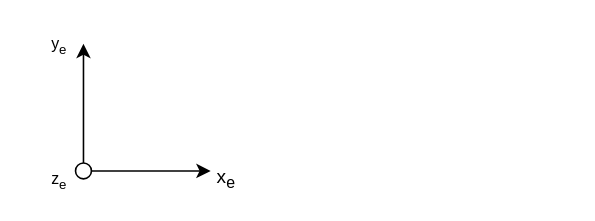
The draw.io diagram coord.drawio in RoboDD/my-flow-chart, before the edit. Source tidied: cells renumbered, new cells numbered last; positions are measured from the earlier drawing's top-left corner, leaving out a move shared by most shapes. Both pictures are drawn from the tidied source at 159%, with x=0, y=0 at pixel (27, 27).
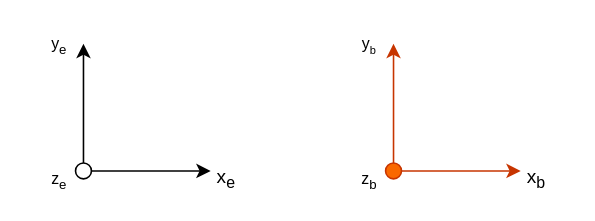
After the change.

The edit, as a diff of the source:
```diff
@@
 <mxGraphModel>
   <root>
     <mxCell id="0" />
     <mxCell id="1" parent="0" />
     <mxCell id="2" style="endArrow=classic;html=1;" parent="1" edge="1">
       <mxGeometry relative="1" as="geometry">
         <mxPoint x="35" y="90" as="sourcePoint" />
         <mxPoint x="35" y="10" as="targetPoint" />
       </mxGeometry>
     </mxCell>
     <mxCell id="3" style="endArrow=classic;html=1;" parent="1" edge="1">
       <mxGeometry relative="1" as="geometry">
         <mxPoint x="35" y="90" as="sourcePoint" />
         <mxPoint x="115" y="90" as="targetPoint" />
       </mxGeometry>
     </mxCell>
     <mxCell id="4" style="ellipse;fillColor=#ffffff;strokeColor=#000000;" parent="1" vertex="1">
       <mxGeometry x="30" y="85" width="10" height="10" as="geometry" />
     </mxCell>
     <mxCell id="5" value="x&lt;sub&gt;e&lt;/sub&gt;" style="text;html=1;strokeColor=none;fillColor=none;align=center;verticalAlign=middle;whiteSpace=wrap;rounded=0;" parent="1" vertex="1">
       <mxGeometry x="105" y="85" width="40" height="20" as="geometry" />
     </mxCell>
     <mxCell id="6" value="&lt;span style=&quot;font-size: 10px&quot;&gt;y&lt;sub&gt;e&lt;/sub&gt;&lt;/span&gt;" style="text;html=1;strokeColor=none;fillColor=none;align=center;verticalAlign=middle;whiteSpace=wrap;rounded=0;" parent="1" vertex="1">
       <mxGeometry width="40" height="20" as="geometry" />
     </mxCell>
     <mxCell id="7" value="&lt;span style=&quot;font-size: 10px&quot;&gt;z&lt;sub&gt;e&lt;/sub&gt;&lt;/span&gt;" style="text;html=1;strokeColor=none;fillColor=none;align=center;verticalAlign=middle;whiteSpace=wrap;rounded=0;" parent="1" vertex="1">
       <mxGeometry y="85" width="40" height="20" as="geometry" />
     </mxCell>
+    <mxCell id="8" style="endArrow=classic;html=1;fillColor=#fa6800;strokeColor=#C73500;" parent="1" edge="1">
+      <mxGeometry relative="1" as="geometry">
+        <mxPoint x="230" y="90" as="sourcePoint" />
+        <mxPoint x="230" y="10" as="targetPoint" />
+      </mxGeometry>
+    </mxCell>
+    <mxCell id="9" style="endArrow=classic;html=1;fillColor=#fa6800;strokeColor=#C73500;" parent="1" edge="1">
+      <mxGeometry relative="1" as="geometry">
+        <mxPoint x="230" y="90" as="sourcePoint" />
+        <mxPoint x="310" y="90" as="targetPoint" />
+      </mxGeometry>
+    </mxCell>
+    <mxCell id="10" style="ellipse;fillColor=#fa6800;strokeColor=#C73500;fontColor=#000000;" parent="1" vertex="1">
+      <mxGeometry x="225" y="85" width="10" height="10" as="geometry" />
+    </mxCell>
+    <mxCell id="11" value="x&lt;sub&gt;b&lt;/sub&gt;" style="text;html=1;align=center;verticalAlign=middle;whiteSpace=wrap;rounded=0;fontColor=#000000;" parent="1" vertex="1">
+      <mxGeometry x="300" y="85" width="40" height="20" as="geometry" />
+    </mxCell>
+    <mxCell id="12" value="&lt;span style=&quot;font-size: 10px&quot;&gt;y&lt;/span&gt;&lt;span style=&quot;font-size: 8.33333px&quot;&gt;&lt;sub&gt;b&lt;/sub&gt;&lt;/span&gt;" style="text;html=1;align=center;verticalAlign=middle;whiteSpace=wrap;rounded=0;fontColor=#000000;" parent="1" vertex="1">
+      <mxGeometry x="195" width="40" height="20" as="geometry" />
+    </mxCell>
+    <mxCell id="13" value="&lt;span style=&quot;font-size: 10px&quot;&gt;z&lt;sub&gt;b&lt;/sub&gt;&lt;/span&gt;" style="text;html=1;align=center;verticalAlign=middle;whiteSpace=wrap;rounded=0;fontColor=#000000;" parent="1" vertex="1">
+      <mxGeometry x="195" y="85" width="40" height="20" as="geometry" />
+    </mxCell>
   </root>
 </mxGraphModel>
```
